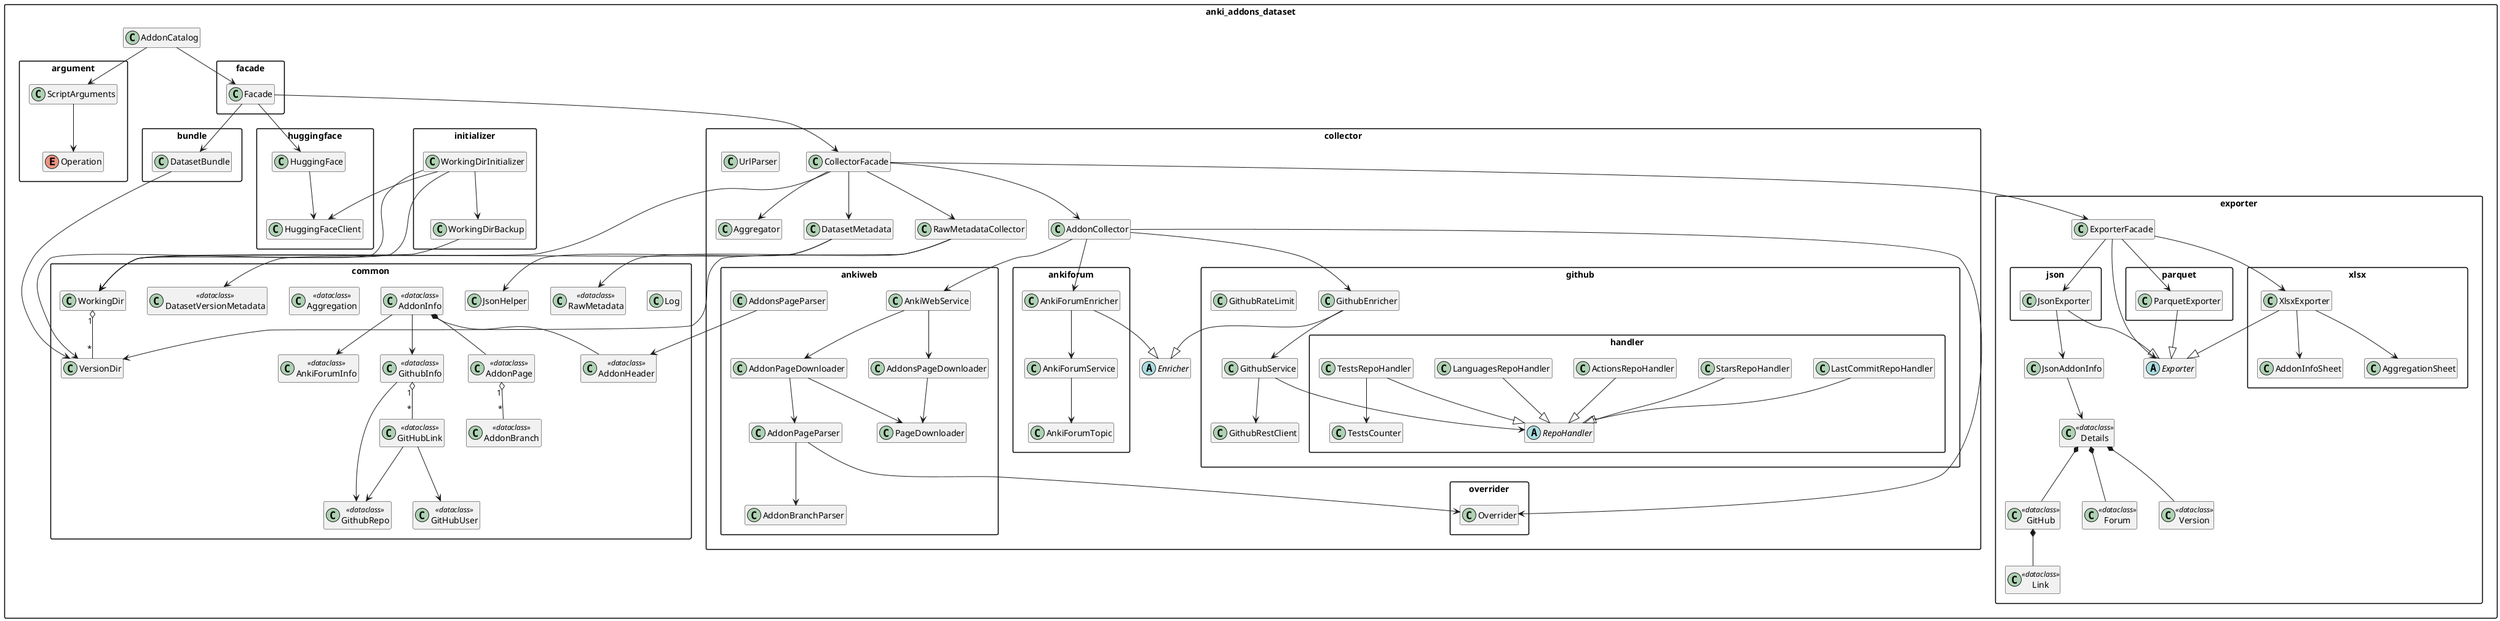
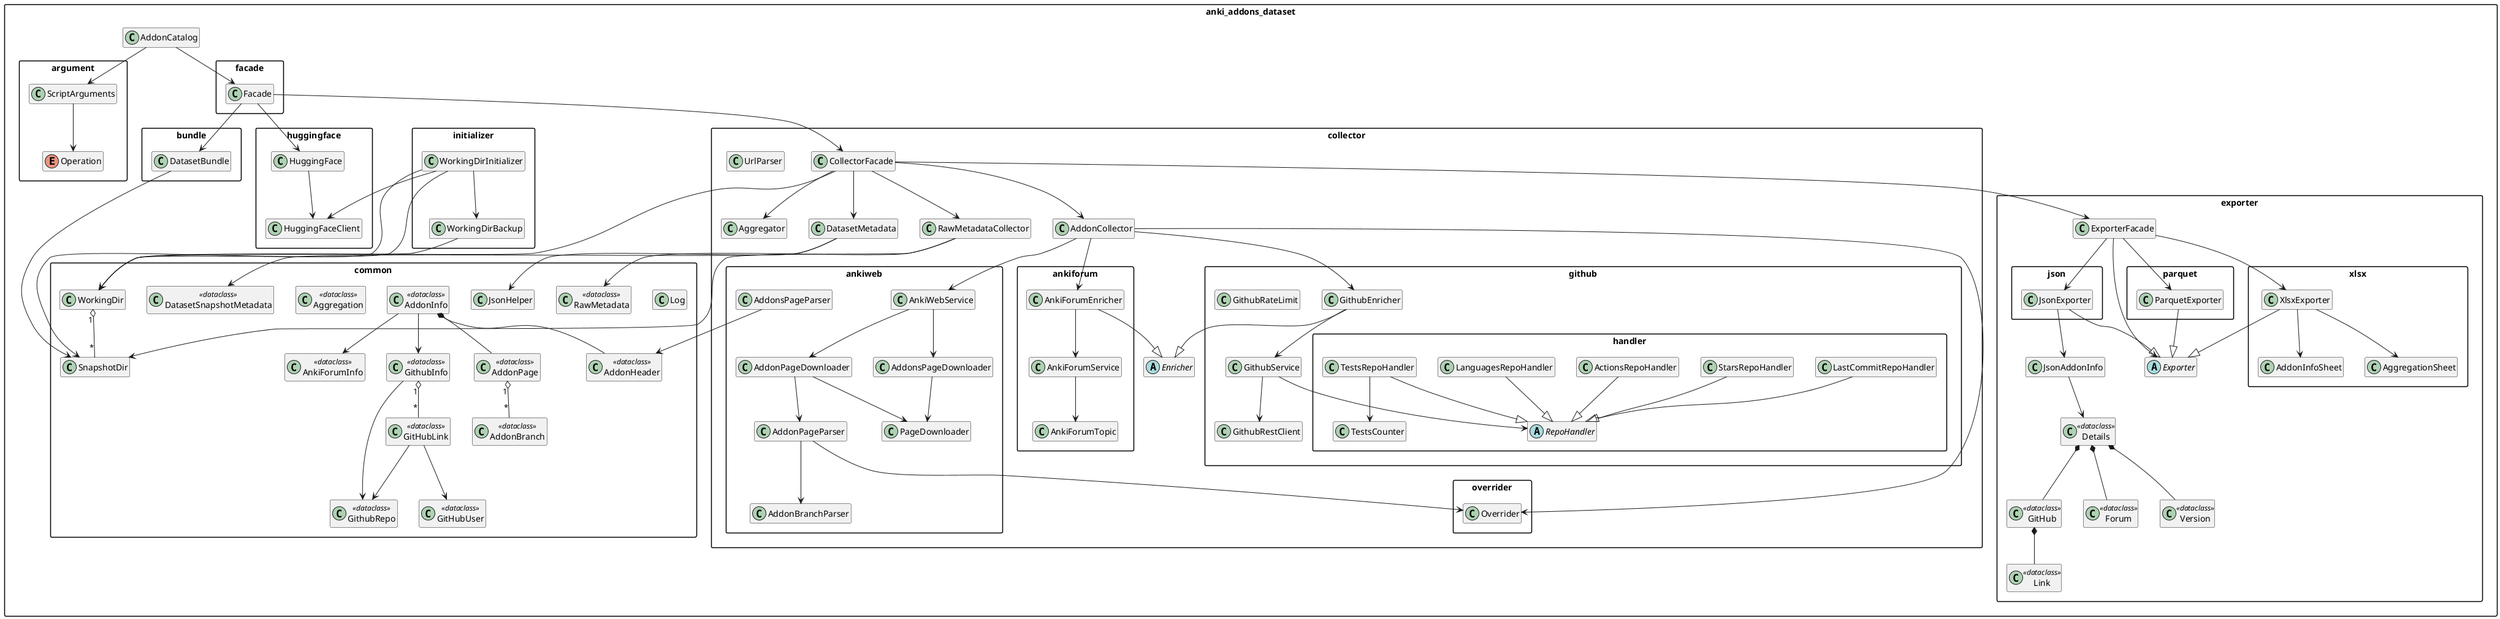
@startuml
' Create a PlantUML diagram of Python classes in `src`. Include this prompt in the diagram as a non-visible comment.
' https://plantuml.com/class-diagram

hide empty members
skinparam packageStyle rectangle

package "anki_addons_dataset" {
  class AddonCatalog

  package "argument" {
    enum Operation
    class ScriptArguments
  }

  package "bundle" {
    class DatasetBundle
  }

  package "common" {
    class Log
    class JsonHelper
-     class VersionDir
+     class SnapshotDir
    class WorkingDir

    class AddonHeader <<dataclass>>
    class GitHubUser <<dataclass>>
    class GithubRepo <<dataclass>>
    class GitHubLink <<dataclass>>
    class GithubInfo <<dataclass>>
    class AddonBranch <<dataclass>>
    class AddonPage <<dataclass>>
    class AnkiForumInfo <<dataclass>>
    class AddonInfo <<dataclass>>
    class Aggregation <<dataclass>>
    class RawMetadata <<dataclass>>
-     class DatasetVersionMetadata <<dataclass>>
+     class DatasetSnapshotMetadata <<dataclass>>
  }

  package "facade" {
    class Facade
  }

  package "collector" {
    class AddonCollector
    class Aggregator
    class CollectorFacade
    class DatasetMetadata
    abstract class Enricher
    class RawMetadataCollector
    class UrlParser

    package "ankiweb" {
      class AddonPageDownloader
      class AddonPageParser
      class AddonBranchParser
      class AddonsPageDownloader
      class AddonsPageParser
      class AnkiWebService
      class PageDownloader
    }

    package "ankiforum" {
      class AnkiForumEnricher
      class AnkiForumService
      class AnkiForumTopic
    }

    package "github" {
      class GithubEnricher
      class GithubRateLimit
      class GithubRestClient
      class GithubService

      package "handler" {
        abstract class RepoHandler
        class ActionsRepoHandler
        class LanguagesRepoHandler
        class LastCommitRepoHandler
        class StarsRepoHandler
        class TestsCounter
        class TestsRepoHandler
      }
    }

    package "overrider" {
      class Overrider
    }
  }

  package "exporter" {
    abstract class Exporter
    class ExporterFacade
    class JsonAddonInfo

    class Link <<dataclass>>
    class GitHub <<dataclass>>
    class Forum <<dataclass>>
    class Version <<dataclass>>
    class Details <<dataclass>>

    package "json" {
      class JsonExporter
    }

    package "parquet" {
      class ParquetExporter
    }

    package "xlsx" {
      class AddonInfoSheet
      class AggregationSheet
      class XlsxExporter
    }
  }

  package "huggingface" {
    class HuggingFace
    class HuggingFaceClient
  }

  package "initializer" {
    class WorkingDirBackup
    class WorkingDirInitializer
  }
}

' Core orchestration
AddonCatalog --> ScriptArguments
AddonCatalog --> Facade
ScriptArguments --> Operation
Facade --> CollectorFacade
Facade --> DatasetBundle
Facade --> HuggingFace
CollectorFacade --> WorkingDir
CollectorFacade --> AddonCollector
CollectorFacade --> Aggregator
CollectorFacade --> DatasetMetadata
CollectorFacade --> ExporterFacade
CollectorFacade --> RawMetadataCollector

' Working directories and initialization
- WorkingDir "1" o-- "*" VersionDir
+ WorkingDir "1" o-- "*" SnapshotDir
WorkingDirBackup --> WorkingDir
WorkingDirInitializer --> WorkingDir
- WorkingDirInitializer --> VersionDir
+ WorkingDirInitializer --> SnapshotDir
WorkingDirInitializer --> HuggingFaceClient
WorkingDirInitializer --> WorkingDirBackup

' Data model composition
GitHubLink --> GitHubUser
GitHubLink --> GithubRepo
GithubInfo "1" o-- "*" GitHubLink
GithubInfo --> GithubRepo
AddonPage "1" o-- "*" AddonBranch
AddonInfo *-- AddonHeader
AddonInfo *-- AddonPage
AddonInfo --> GithubInfo
AddonInfo --> AnkiForumInfo

' Collection flow
AddonCollector --> AnkiWebService
AddonCollector --> GithubEnricher
AddonCollector --> AnkiForumEnricher
AddonCollector --> Overrider
AnkiWebService --> AddonsPageDownloader
AnkiWebService --> AddonPageDownloader
AddonsPageDownloader --> PageDownloader
AddonPageDownloader --> PageDownloader
AddonPageDownloader --> AddonPageParser
AddonPageParser --> AddonBranchParser
AddonPageParser --> Overrider
AddonsPageParser --> AddonHeader
GithubEnricher --|> Enricher
AnkiForumEnricher --|> Enricher
GithubEnricher --> GithubService
AnkiForumEnricher --> AnkiForumService
GithubService --> GithubRestClient
GithubService --> RepoHandler
AnkiForumService --> AnkiForumTopic

' GitHub repo handlers
ActionsRepoHandler --|> RepoHandler
LanguagesRepoHandler --|> RepoHandler
LastCommitRepoHandler --|> RepoHandler
StarsRepoHandler --|> RepoHandler
TestsRepoHandler --|> RepoHandler
TestsRepoHandler --> TestsCounter

' Export flow
ExporterFacade --> Exporter
JsonExporter --|> Exporter
ParquetExporter --|> Exporter
XlsxExporter --|> Exporter
JsonExporter --> JsonAddonInfo
JsonAddonInfo --> Details
Details *-- GitHub
Details *-- Forum
Details *-- Version
GitHub *-- Link
XlsxExporter --> AddonInfoSheet
XlsxExporter --> AggregationSheet
ExporterFacade --> JsonExporter
ExporterFacade --> ParquetExporter
ExporterFacade --> XlsxExporter

' Metadata and persistence helpers
- DatasetMetadata --> DatasetVersionMetadata
+ DatasetMetadata --> DatasetSnapshotMetadata
DatasetMetadata --> JsonHelper
RawMetadataCollector --> RawMetadata
- RawMetadataCollector --> VersionDir
- DatasetBundle --> VersionDir
+ RawMetadataCollector --> SnapshotDir
+ DatasetBundle --> SnapshotDir
HuggingFace --> HuggingFaceClient

@enduml